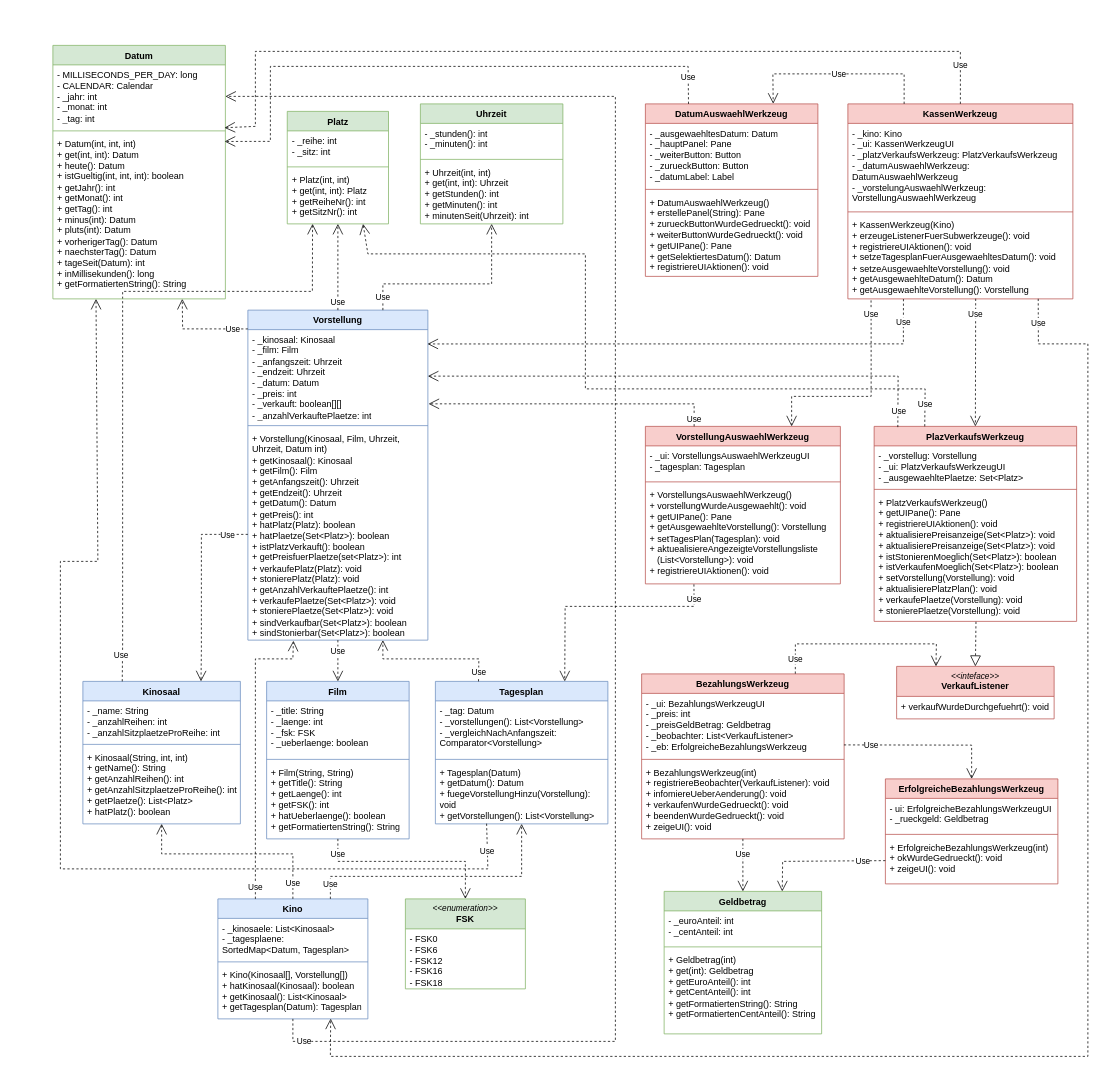
Above: Kino.drawio in minmyatthu556/diagramm (draw.io), before the change. Source tidied: cells renumbered, new cells numbered last; positions are measured from the earlier drawing's top-left corner, leaving out a move shared by most shapes. Both pictures are drawn from the tidied source at 75%, with x=0, y=0 at pixel (52, 45).
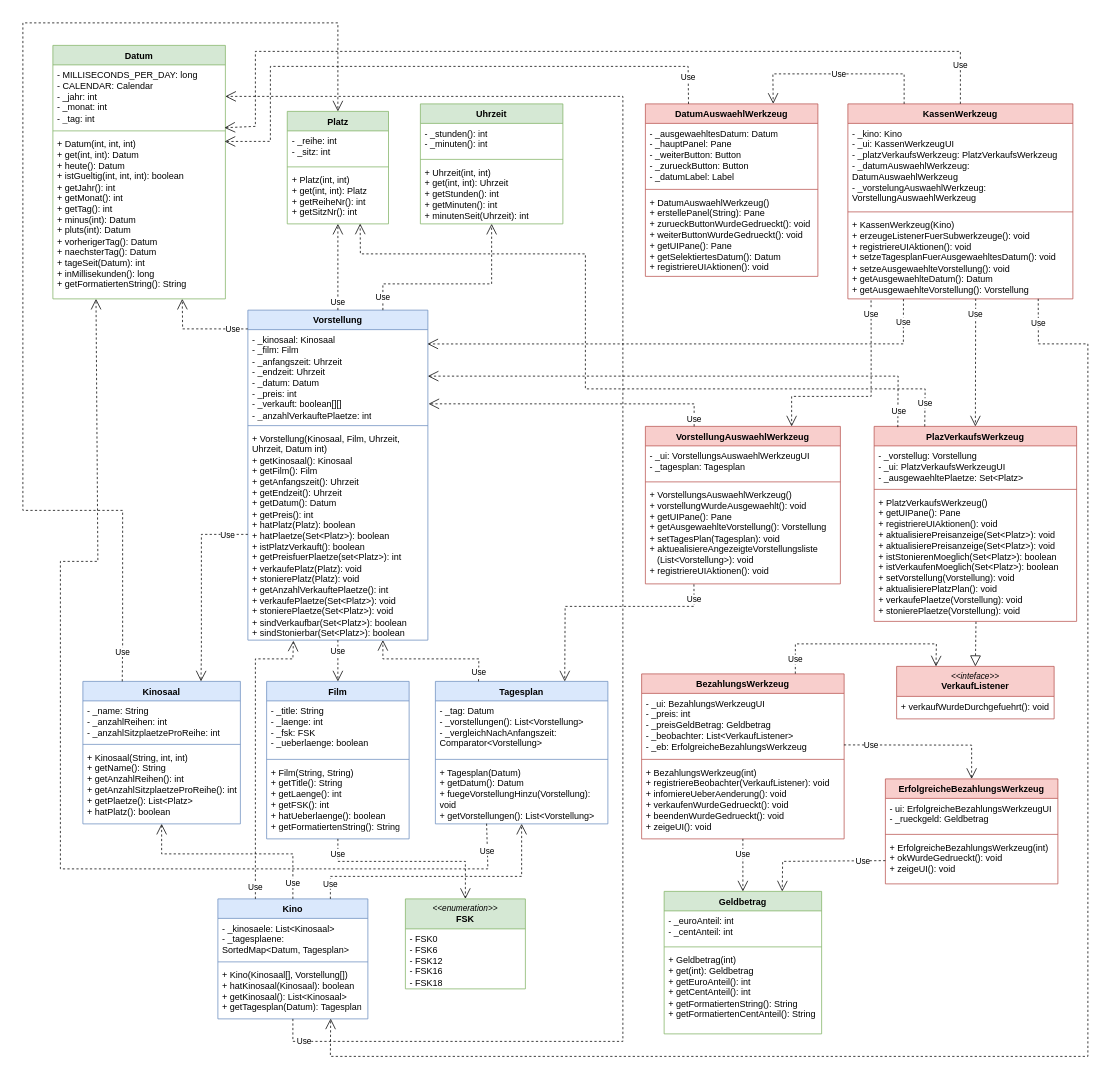
The same page after the edit.

The change refers to these unchanged cells:
```xml
<mxCell id="6" value="Kino" style="swimlane;fontStyle=1;align=center;verticalAlign=top;horizontal=1;startSize=26;whiteSpace=wrap;html=1;fillColor=#dae8fc;strokeColor=#6c8ebf;" parent="1" vertex="1">
  <mxGeometry x="220" y="1138" width="200" height="160" as="geometry" />
</mxCell>
<mxCell id="10" value="Kinosaal" style="swimlane;fontStyle=1;align=center;verticalAlign=top;horizontal=1;startSize=26;whiteSpace=wrap;html=1;fillColor=#dae8fc;strokeColor=#6c8ebf;" parent="1" vertex="1">
  <mxGeometry x="40" y="848" width="210" height="190" as="geometry" />
</mxCell>
<mxCell id="14" value="Platz" style="swimlane;fontStyle=1;align=center;verticalAlign=top;horizontal=1;startSize=26;whiteSpace=wrap;html=1;fillColor=#d5e8d4;strokeColor=#82b366;" parent="1" vertex="1">
  <mxGeometry x="312.5" y="88" width="135" height="150" as="geometry" />
</mxCell>
<mxCell id="17" value="+ Platz(int, int)&lt;div&gt;+ get(int, int): Platz&lt;/div&gt;&lt;div&gt;+ getReiheNr(): int&lt;/div&gt;&lt;div&gt;+ getSitzNr(): int&lt;/div&gt;" style="text;strokeColor=none;fillColor=none;align=left;verticalAlign=top;spacingLeft=4;spacingRight=4;overflow=hidden;points=[[0,0.5],[1,0.5]];portConstraint=eastwest;whiteSpace=wrap;html=1;" parent="14" vertex="1">
  <mxGeometry y="78" width="135" height="72" as="geometry" />
</mxCell>
<mxCell id="44" value="- MILLISECONDS_PER_DAY: long&lt;div&gt;- CALENDAR: Calendar&lt;br&gt;&lt;div&gt;- _jahr: int&lt;/div&gt;&lt;div&gt;- _monat: int&lt;/div&gt;&lt;div&gt;- _tag: int&lt;/div&gt;&lt;/div&gt;" style="text;strokeColor=none;fillColor=none;align=left;verticalAlign=top;spacingLeft=4;spacingRight=4;overflow=hidden;points=[[0,0.5],[1,0.5]];portConstraint=eastwest;whiteSpace=wrap;html=1;" parent="43" vertex="1">
  <mxGeometry y="26" width="230" height="84" as="geometry" />
</mxCell>
<mxCell id="67" value="PlazVerkaufsWerkzeug" style="swimlane;fontStyle=1;align=center;verticalAlign=top;horizontal=1;startSize=26;whiteSpace=wrap;html=1;fillColor=#f8cecc;strokeColor=#b85450;" parent="1" vertex="1">
  <mxGeometry x="1095" y="508" width="270" height="260" as="geometry" />
</mxCell>
```

The edit, as a diff of the source:
```diff
@@
     <mxCell id="25" value="Use" style="endArrow=open;endSize=12;dashed=1;html=1;rounded=0;exitX=0.5;exitY=1;exitDx=0;exitDy=0;entryX=1;entryY=0.5;entryDx=0;entryDy=0;" parent="1" edge="1" source="6" target="44">
       <mxGeometry x="-0.96" relative="1" as="geometry">
         <Array as="points">
           <mxPoint x="320" y="1328" />
-          <mxPoint x="750" y="1328" />
-          <mxPoint x="750" y="828" />
-          <mxPoint x="750" y="68" />
+          <mxPoint x="760" y="1328" />
+          <mxPoint x="760" y="68" />
         </Array>
       </mxGeometry>
     </mxCell>
@@
-    <mxCell id="33" value="Use" style="endArrow=open;endSize=12;dashed=1;html=1;rounded=0;exitX=0.25;exitY=0;exitDx=0;exitDy=0;entryX=0.25;entryY=1;entryDx=0;entryDy=0;" parent="1" edge="1" source="10" target="14">
-      <mxGeometry x="-0.92" y="2" relative="1" as="geometry">
+    <mxCell id="33" value="Use" style="endArrow=open;endSize=12;dashed=1;html=1;rounded=0;exitX=0.25;exitY=0;exitDx=0;exitDy=0;entryX=0.5;entryY=0;entryDx=0;entryDy=0;" parent="1" edge="1" source="10" target="14">
+      <mxGeometry x="-0.95" relative="1" as="geometry">
         <Array as="points">
           <mxPoint x="93" y="798" />
-          <mxPoint x="93" y="328" />
-          <mxPoint x="190" y="328" />
-          <mxPoint x="346" y="328" />
+          <mxPoint x="93" y="620" />
+          <mxPoint x="-40" y="620" />
+          <mxPoint x="-40" y="500" />
+          <mxPoint x="-40" y="-30" />
+          <mxPoint x="380" y="-30" />
         </Array>
       </mxGeometry>
     </mxCell>
@@
-    <mxCell id="80" value="Use" style="endArrow=open;endSize=12;dashed=1;html=1;rounded=0;exitX=0.25;exitY=0;exitDx=0;exitDy=0;entryX=0.749;entryY=1.001;entryDx=0;entryDy=0;entryPerimeter=0;" parent="1" edge="1" source="67" target="17">
+    <mxCell id="80" value="Use" style="endArrow=open;endSize=12;dashed=1;html=1;rounded=0;exitX=0.25;exitY=0;exitDx=0;exitDy=0;entryX=0.72;entryY=0.996;entryDx=0;entryDy=0;entryPerimeter=0;" parent="1" edge="1" source="67" target="17">
       <mxGeometry x="-0.94" relative="1" as="geometry">
         <Array as="points">
           <mxPoint x="1163" y="458" />
           <mxPoint x="710" y="458" />
           <mxPoint x="710" y="278" />
-          <mxPoint x="420" y="278" />
+          <mxPoint x="410" y="278" />
         </Array>
       </mxGeometry>
     </mxCell>
```
